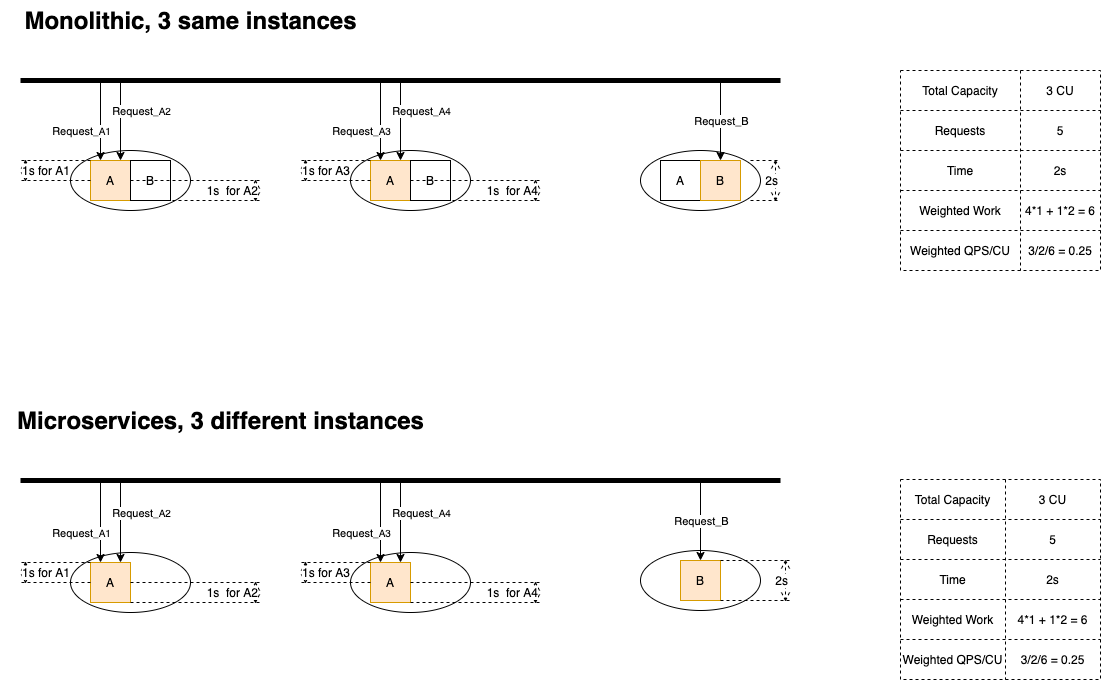
chenjianjx/cjx-diagrams keeps this draw.io diagram as 2021-11-how-independent-scaling-helps-with-performance/no-dep/no-dep-4v1.drawio.png. Above is the earlier version. Source tidied: cells renumbered, new cells last; positions are measured from the earlier drawing's top-left corner, leaving out a move shared by most shapes.
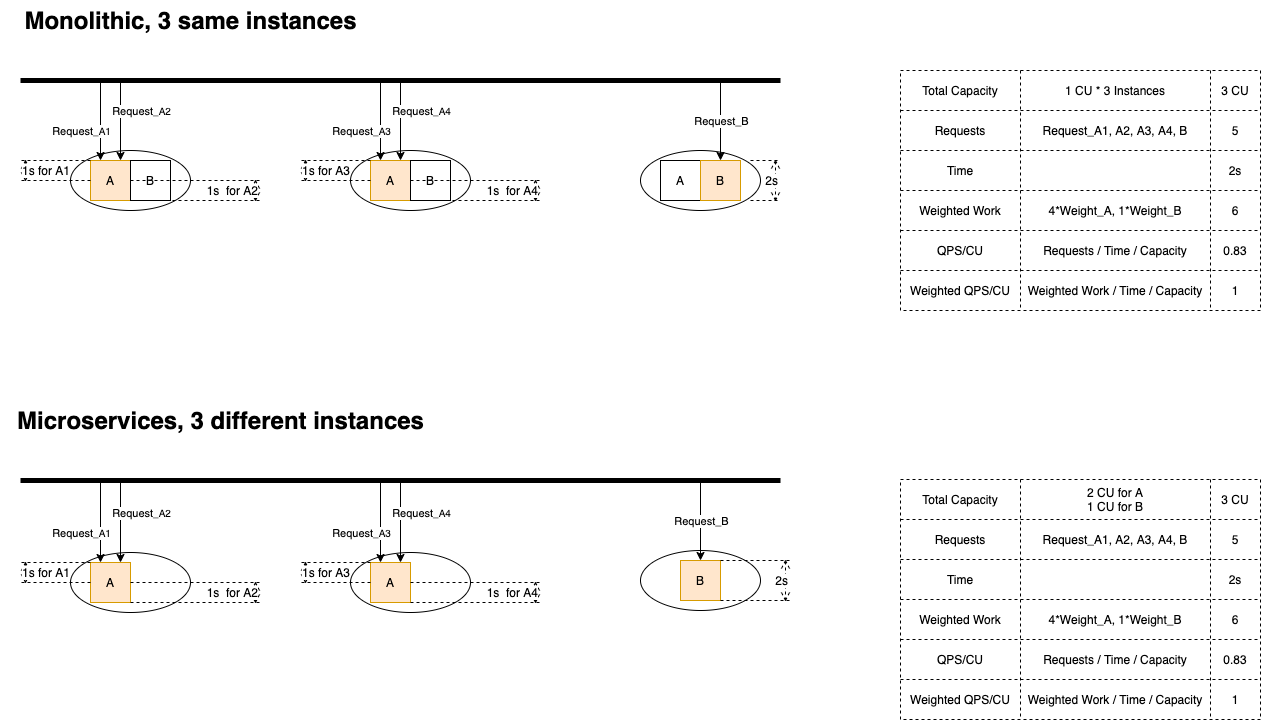
The same file after the commit.

Diff of the diagram source:
```diff
@@ -37,103 +37,157 @@
       </mxGeometry>
     </mxCell>
     <mxCell id="10" style="shape=table;html=1;whiteSpace=wrap;startSize=0;dashed=1;verticalAlign=bottom;" parent="1" vertex="1">
-      <mxGeometry x="900" y="70" width="200" height="200" as="geometry" />
+      <mxGeometry x="900" y="70" width="360" height="240" as="geometry" />
     </mxCell>
     <mxCell id="11" style="shape=partialRectangle;html=1;whiteSpace=wrap;fillColor=none;top=0;left=0;bottom=0;right=0;" parent="10" vertex="1">
-      <mxGeometry width="200" height="40" as="geometry" />
+      <mxGeometry width="360" height="40" as="geometry" />
     </mxCell>
     <mxCell id="12" value="Total Capacity" style="shape=partialRectangle;html=1;whiteSpace=wrap;fillColor=none;top=0;left=0;bottom=0;right=0;overflow=hidden;" parent="11" vertex="1">
       <mxGeometry width="120" height="40" as="geometry" />
     </mxCell>
+    <mxCell id="88" value="&lt;span&gt;1 CU * 3 Instances&lt;/span&gt;" style="shape=partialRectangle;html=1;whiteSpace=wrap;fillColor=none;top=0;left=0;bottom=0;right=0;overflow=hidden;" parent="11" vertex="1">
+      <mxGeometry x="120" width="190" height="40" as="geometry" />
+    </mxCell>
     <mxCell id="13" value="3 CU" style="shape=partialRectangle;html=1;whiteSpace=wrap;fillColor=none;top=0;left=0;bottom=0;right=0;overflow=hidden;" parent="11" vertex="1">
-      <mxGeometry x="120" width="80" height="40" as="geometry" />
+      <mxGeometry x="310" width="50" height="40" as="geometry" />
     </mxCell>
     <mxCell id="14" style="shape=partialRectangle;html=1;whiteSpace=wrap;fillColor=none;top=0;left=0;bottom=0;right=0;" parent="10" vertex="1">
-      <mxGeometry y="40" width="200" height="40" as="geometry" />
+      <mxGeometry y="40" width="360" height="40" as="geometry" />
     </mxCell>
     <mxCell id="15" value="Requests" style="shape=partialRectangle;html=1;whiteSpace=wrap;fillColor=none;top=0;left=0;bottom=0;right=0;overflow=hidden;" parent="14" vertex="1">
       <mxGeometry width="120" height="40" as="geometry" />
     </mxCell>
+    <mxCell id="89" value="Request_A1, A2, A3, A4, B" style="shape=partialRectangle;html=1;whiteSpace=wrap;fillColor=none;top=0;left=0;bottom=0;right=0;overflow=hidden;" parent="14" vertex="1">
+      <mxGeometry x="120" width="190" height="40" as="geometry" />
+    </mxCell>
     <mxCell id="16" value="5" style="shape=partialRectangle;html=1;whiteSpace=wrap;fillColor=none;top=0;left=0;bottom=0;right=0;overflow=hidden;" parent="14" vertex="1">
-      <mxGeometry x="120" width="80" height="40" as="geometry" />
+      <mxGeometry x="310" width="50" height="40" as="geometry" />
     </mxCell>
     <mxCell id="17" style="shape=partialRectangle;html=1;whiteSpace=wrap;fillColor=none;top=0;left=0;bottom=0;right=0;" parent="10" vertex="1">
-      <mxGeometry y="80" width="200" height="40" as="geometry" />
+      <mxGeometry y="80" width="360" height="40" as="geometry" />
     </mxCell>
     <mxCell id="18" value="Time" style="shape=partialRectangle;html=1;whiteSpace=wrap;fillColor=none;top=0;left=0;bottom=0;right=0;overflow=hidden;" parent="17" vertex="1">
       <mxGeometry width="120" height="40" as="geometry" />
     </mxCell>
+    <mxCell id="90" style="shape=partialRectangle;html=1;whiteSpace=wrap;fillColor=none;top=0;left=0;bottom=0;right=0;overflow=hidden;" parent="17" vertex="1">
+      <mxGeometry x="120" width="190" height="40" as="geometry" />
+    </mxCell>
     <mxCell id="19" value="2s" style="shape=partialRectangle;html=1;whiteSpace=wrap;fillColor=none;top=0;left=0;bottom=0;right=0;overflow=hidden;" parent="17" vertex="1">
-      <mxGeometry x="120" width="80" height="40" as="geometry" />
+      <mxGeometry x="310" width="50" height="40" as="geometry" />
     </mxCell>
     <mxCell id="20" style="shape=partialRectangle;html=1;whiteSpace=wrap;fillColor=none;top=0;left=0;bottom=0;right=0;" parent="10" vertex="1">
-      <mxGeometry y="120" width="200" height="40" as="geometry" />
+      <mxGeometry y="120" width="360" height="40" as="geometry" />
     </mxCell>
     <mxCell id="21" value="&lt;span&gt;Weighted Work&lt;/span&gt;" style="shape=partialRectangle;html=1;whiteSpace=wrap;fillColor=none;top=0;left=0;bottom=0;right=0;overflow=hidden;" parent="20" vertex="1">
       <mxGeometry width="120" height="40" as="geometry" />
     </mxCell>
+    <mxCell id="91" value="&lt;span&gt;4*Weight_A, 1*Weight_B&lt;/span&gt;" style="shape=partialRectangle;html=1;whiteSpace=wrap;fillColor=none;top=0;left=0;bottom=0;right=0;overflow=hidden;" parent="20" vertex="1">
+      <mxGeometry x="120" width="190" height="40" as="geometry" />
+    </mxCell>
-    <mxCell id="22" value="4*1 + 1*2 = 6" style="shape=partialRectangle;html=1;whiteSpace=wrap;fillColor=none;top=0;left=0;bottom=0;right=0;overflow=hidden;" parent="20" vertex="1">
-      <mxGeometry x="120" width="80" height="40" as="geometry" />
+    <mxCell id="22" value="6" style="shape=partialRectangle;html=1;whiteSpace=wrap;fillColor=none;top=0;left=0;bottom=0;right=0;overflow=hidden;" parent="20" vertex="1">
+      <mxGeometry x="310" width="50" height="40" as="geometry" />
     </mxCell>
+    <mxCell id="92" style="shape=partialRectangle;html=1;whiteSpace=wrap;fillColor=none;top=0;left=0;bottom=0;right=0;" parent="10" vertex="1">
+      <mxGeometry y="160" width="360" height="40" as="geometry" />
+    </mxCell>
+    <mxCell id="93" value="&lt;span&gt;QPS/CU&lt;/span&gt;" style="shape=partialRectangle;html=1;whiteSpace=wrap;fillColor=none;top=0;left=0;bottom=0;right=0;overflow=hidden;" parent="92" vertex="1">
+      <mxGeometry width="120" height="40" as="geometry" />
+    </mxCell>
+    <mxCell id="94" value="&lt;span&gt;Requests / Time / Capacity&lt;/span&gt;" style="shape=partialRectangle;html=1;whiteSpace=wrap;fillColor=none;top=0;left=0;bottom=0;right=0;overflow=hidden;" parent="92" vertex="1">
+      <mxGeometry x="120" width="190" height="40" as="geometry" />
+    </mxCell>
+    <mxCell id="95" value="0.83" style="shape=partialRectangle;html=1;whiteSpace=wrap;fillColor=none;top=0;left=0;bottom=0;right=0;overflow=hidden;" parent="92" vertex="1">
+      <mxGeometry x="310" width="50" height="40" as="geometry" />
+    </mxCell>
     <mxCell id="23" style="shape=partialRectangle;html=1;whiteSpace=wrap;fillColor=none;top=0;left=0;bottom=0;right=0;" parent="10" vertex="1">
-      <mxGeometry y="160" width="200" height="40" as="geometry" />
+      <mxGeometry y="200" width="360" height="40" as="geometry" />
     </mxCell>
     <mxCell id="24" value="Weighted QPS/CU" style="shape=partialRectangle;html=1;whiteSpace=wrap;fillColor=none;top=0;left=0;bottom=0;right=0;overflow=hidden;" parent="23" vertex="1">
       <mxGeometry width="120" height="40" as="geometry" />
     </mxCell>
+    <mxCell id="96" value="&lt;span&gt;Weighted Work / Time / Capacity&lt;/span&gt;" style="shape=partialRectangle;html=1;whiteSpace=wrap;fillColor=none;top=0;left=0;bottom=0;right=0;overflow=hidden;" parent="23" vertex="1">
+      <mxGeometry x="120" width="190" height="40" as="geometry" />
+    </mxCell>
-    <mxCell id="25" value="3/2/6 = 0.25" style="shape=partialRectangle;html=1;whiteSpace=wrap;fillColor=none;top=0;left=0;bottom=0;right=0;overflow=hidden;" parent="23" vertex="1">
-      <mxGeometry x="120" width="80" height="40" as="geometry" />
+    <mxCell id="25" value="1" style="shape=partialRectangle;html=1;whiteSpace=wrap;fillColor=none;top=0;left=0;bottom=0;right=0;overflow=hidden;" parent="23" vertex="1">
+      <mxGeometry x="310" width="50" height="40" as="geometry" />
     </mxCell>
     <mxCell id="26" value="Monolithic, 3 same instances" style="text;strokeColor=none;fillColor=none;html=1;fontSize=24;fontStyle=1;verticalAlign=middle;align=center;dashed=1;" parent="1" vertex="1">
       <mxGeometry width="380" height="40" as="geometry" />
     </mxCell>
     <mxCell id="27" style="shape=table;html=1;whiteSpace=wrap;startSize=0;dashed=1;verticalAlign=bottom;" parent="1" vertex="1">
-      <mxGeometry x="900" y="479" width="200" height="200" as="geometry" />
+      <mxGeometry x="900" y="479" width="360" height="240" as="geometry" />
     </mxCell>
     <mxCell id="28" style="shape=partialRectangle;html=1;whiteSpace=wrap;fillColor=none;top=0;left=0;bottom=0;right=0;" parent="27" vertex="1">
-      <mxGeometry width="200" height="40" as="geometry" />
+      <mxGeometry width="360" height="40" as="geometry" />
     </mxCell>
     <mxCell id="29" value="Total Capacity" style="shape=partialRectangle;html=1;whiteSpace=wrap;fillColor=none;top=0;left=0;bottom=0;right=0;overflow=hidden;" parent="28" vertex="1">
-      <mxGeometry width="105" height="40" as="geometry" />
+      <mxGeometry width="120" height="40" as="geometry" />
     </mxCell>
+    <mxCell id="97" value="&lt;span&gt;2 CU for A&lt;/span&gt;&lt;br&gt;&lt;span&gt;1 CU for B&lt;/span&gt;" style="shape=partialRectangle;html=1;whiteSpace=wrap;fillColor=none;top=0;left=0;bottom=0;right=0;overflow=hidden;" parent="28" vertex="1">
+      <mxGeometry x="120" width="190" height="40" as="geometry" />
+    </mxCell>
     <mxCell id="30" value="3 CU" style="shape=partialRectangle;html=1;whiteSpace=wrap;fillColor=none;top=0;left=0;bottom=0;right=0;overflow=hidden;" parent="28" vertex="1">
-      <mxGeometry x="105" width="95" height="40" as="geometry" />
+      <mxGeometry x="310" width="50" height="40" as="geometry" />
     </mxCell>
     <mxCell id="31" style="shape=partialRectangle;html=1;whiteSpace=wrap;fillColor=none;top=0;left=0;bottom=0;right=0;" parent="27" vertex="1">
-      <mxGeometry y="40" width="200" height="40" as="geometry" />
+      <mxGeometry y="40" width="360" height="40" as="geometry" />
     </mxCell>
     <mxCell id="32" value="Requests" style="shape=partialRectangle;html=1;whiteSpace=wrap;fillColor=none;top=0;left=0;bottom=0;right=0;overflow=hidden;" parent="31" vertex="1">
-      <mxGeometry width="105" height="40" as="geometry" />
+      <mxGeometry width="120" height="40" as="geometry" />
     </mxCell>
+    <mxCell id="98" value="&lt;span&gt;Request_A1, A2, A3, A4, B&lt;/span&gt;" style="shape=partialRectangle;html=1;whiteSpace=wrap;fillColor=none;top=0;left=0;bottom=0;right=0;overflow=hidden;" parent="31" vertex="1">
+      <mxGeometry x="120" width="190" height="40" as="geometry" />
+    </mxCell>
     <mxCell id="33" value="5" style="shape=partialRectangle;html=1;whiteSpace=wrap;fillColor=none;top=0;left=0;bottom=0;right=0;overflow=hidden;" parent="31" vertex="1">
-      <mxGeometry x="105" width="95" height="40" as="geometry" />
+      <mxGeometry x="310" width="50" height="40" as="geometry" />
     </mxCell>
     <mxCell id="34" style="shape=partialRectangle;html=1;whiteSpace=wrap;fillColor=none;top=0;left=0;bottom=0;right=0;" parent="27" vertex="1">
-      <mxGeometry y="80" width="200" height="40" as="geometry" />
+      <mxGeometry y="80" width="360" height="40" as="geometry" />
     </mxCell>
     <mxCell id="35" value="Time" style="shape=partialRectangle;html=1;whiteSpace=wrap;fillColor=none;top=0;left=0;bottom=0;right=0;overflow=hidden;" parent="34" vertex="1">
-      <mxGeometry width="105" height="40" as="geometry" />
+      <mxGeometry width="120" height="40" as="geometry" />
     </mxCell>
+    <mxCell id="99" style="shape=partialRectangle;html=1;whiteSpace=wrap;fillColor=none;top=0;left=0;bottom=0;right=0;overflow=hidden;" parent="34" vertex="1">
+      <mxGeometry x="120" width="190" height="40" as="geometry" />
+    </mxCell>
     <mxCell id="36" value="2s" style="shape=partialRectangle;html=1;whiteSpace=wrap;fillColor=none;top=0;left=0;bottom=0;right=0;overflow=hidden;" parent="34" vertex="1">
-      <mxGeometry x="105" width="95" height="40" as="geometry" />
+      <mxGeometry x="310" width="50" height="40" as="geometry" />
     </mxCell>
     <mxCell id="37" style="shape=partialRectangle;html=1;whiteSpace=wrap;fillColor=none;top=0;left=0;bottom=0;right=0;" parent="27" vertex="1">
-      <mxGeometry y="120" width="200" height="40" as="geometry" />
+      <mxGeometry y="120" width="360" height="40" as="geometry" />
     </mxCell>
     <mxCell id="38" value="Weighted Work" style="shape=partialRectangle;html=1;whiteSpace=wrap;fillColor=none;top=0;left=0;bottom=0;right=0;overflow=hidden;" parent="37" vertex="1">
-      <mxGeometry width="105" height="40" as="geometry" />
+      <mxGeometry width="120" height="40" as="geometry" />
     </mxCell>
+    <mxCell id="100" value="&lt;span&gt;4*Weight_A, 1*Weight_B&lt;/span&gt;" style="shape=partialRectangle;html=1;whiteSpace=wrap;fillColor=none;top=0;left=0;bottom=0;right=0;overflow=hidden;" parent="37" vertex="1">
+      <mxGeometry x="120" width="190" height="40" as="geometry" />
+    </mxCell>
-    <mxCell id="39" value="&lt;span&gt;4*1 + 1*2 = 6&lt;/span&gt;" style="shape=partialRectangle;html=1;whiteSpace=wrap;fillColor=none;top=0;left=0;bottom=0;right=0;overflow=hidden;" parent="37" vertex="1">
-      <mxGeometry x="105" width="95" height="40" as="geometry" />
+    <mxCell id="39" value="&lt;span&gt;6&lt;/span&gt;" style="shape=partialRectangle;html=1;whiteSpace=wrap;fillColor=none;top=0;left=0;bottom=0;right=0;overflow=hidden;" parent="37" vertex="1">
+      <mxGeometry x="310" width="50" height="40" as="geometry" />
     </mxCell>
+    <mxCell id="101" style="shape=partialRectangle;html=1;whiteSpace=wrap;fillColor=none;top=0;left=0;bottom=0;right=0;" parent="27" vertex="1">
+      <mxGeometry y="160" width="360" height="40" as="geometry" />
+    </mxCell>
+    <mxCell id="102" value="&lt;span&gt;QPS/CU&lt;/span&gt;" style="shape=partialRectangle;html=1;whiteSpace=wrap;fillColor=none;top=0;left=0;bottom=0;right=0;overflow=hidden;" parent="101" vertex="1">
+      <mxGeometry width="120" height="40" as="geometry" />
+    </mxCell>
+    <mxCell id="103" value="&lt;span&gt;Requests / Time / Capacity&lt;/span&gt;" style="shape=partialRectangle;html=1;whiteSpace=wrap;fillColor=none;top=0;left=0;bottom=0;right=0;overflow=hidden;" parent="101" vertex="1">
+      <mxGeometry x="120" width="190" height="40" as="geometry" />
+    </mxCell>
+    <mxCell id="104" value="&lt;span&gt;0.83&lt;/span&gt;" style="shape=partialRectangle;html=1;whiteSpace=wrap;fillColor=none;top=0;left=0;bottom=0;right=0;overflow=hidden;" parent="101" vertex="1">
+      <mxGeometry x="310" width="50" height="40" as="geometry" />
+    </mxCell>
     <mxCell id="40" style="shape=partialRectangle;html=1;whiteSpace=wrap;fillColor=none;top=0;left=0;bottom=0;right=0;" parent="27" vertex="1">
-      <mxGeometry y="160" width="200" height="40" as="geometry" />
+      <mxGeometry y="200" width="360" height="40" as="geometry" />
     </mxCell>
     <mxCell id="41" value="Weighted QPS/CU" style="shape=partialRectangle;html=1;whiteSpace=wrap;fillColor=none;top=0;left=0;bottom=0;right=0;overflow=hidden;" parent="40" vertex="1">
-      <mxGeometry width="105" height="40" as="geometry" />
+      <mxGeometry width="120" height="40" as="geometry" />
     </mxCell>
+    <mxCell id="105" value="&lt;span&gt;Weighted Work / Time / Capacity&lt;/span&gt;" style="shape=partialRectangle;html=1;whiteSpace=wrap;fillColor=none;top=0;left=0;bottom=0;right=0;overflow=hidden;" parent="40" vertex="1">
+      <mxGeometry x="120" width="190" height="40" as="geometry" />
+    </mxCell>
-    <mxCell id="42" value="3/2/6 = 0.25" style="shape=partialRectangle;html=1;whiteSpace=wrap;fillColor=none;top=0;left=0;bottom=0;right=0;overflow=hidden;" parent="40" vertex="1">
-      <mxGeometry x="105" width="95" height="40" as="geometry" />
+    <mxCell id="42" value="1" style="shape=partialRectangle;html=1;whiteSpace=wrap;fillColor=none;top=0;left=0;bottom=0;right=0;overflow=hidden;" parent="40" vertex="1">
+      <mxGeometry x="310" width="50" height="40" as="geometry" />
     </mxCell>
     <mxCell id="43" value="Microservices, 3 different instances" style="text;strokeColor=none;fillColor=none;html=1;fontSize=24;fontStyle=1;verticalAlign=middle;align=center;dashed=1;" parent="1" vertex="1">
       <mxGeometry x="140" y="400" width="160" height="40" as="geometry" />
```
